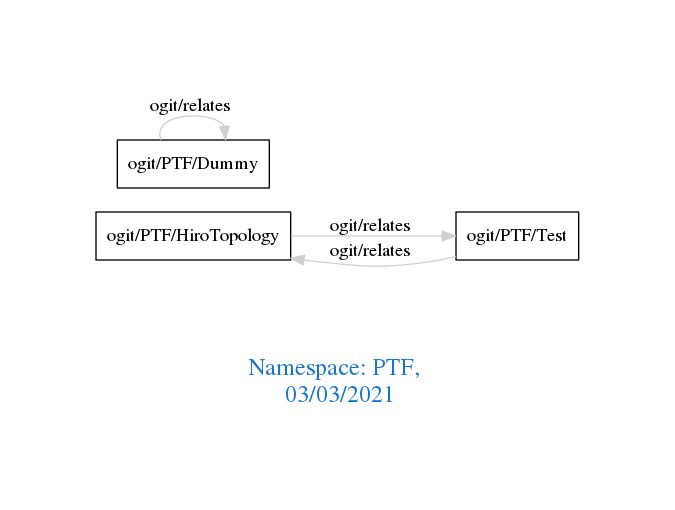
arago/OGIT keeps this Graphviz diagram as downloads/PTF.png. Above is the earlier version. Its source is kept beside it as downloads/PTF.dot.
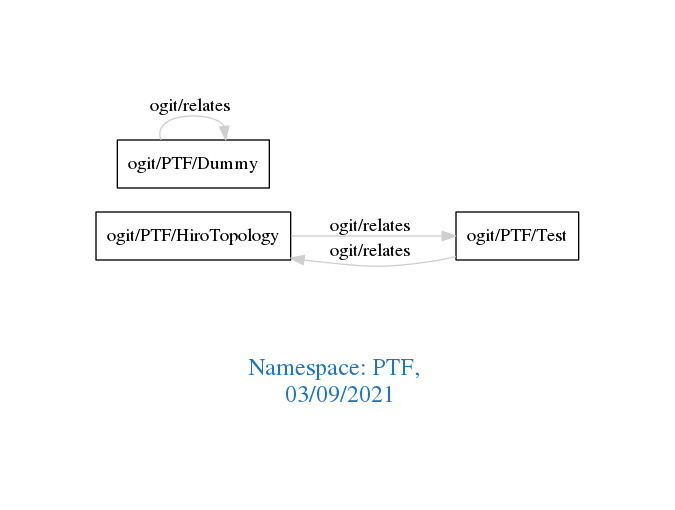
Above is the later version.

Diff of the diagram source:
```diff
@@ -1,7 +1,7 @@
 digraph OGIT_ontology {
  graph [ rankdir= LR,pad=1
 fontsize = 18,
-fontcolor= dodgerblue3,label = "\n\n\nNamespace: PTF, \n 03/03/2021"];
+fontcolor= dodgerblue3,label = "\n\n\nNamespace: PTF, \n 03/09/2021"];
 node[shape=polygon];
 edge [  color="gray81"];
 
```
